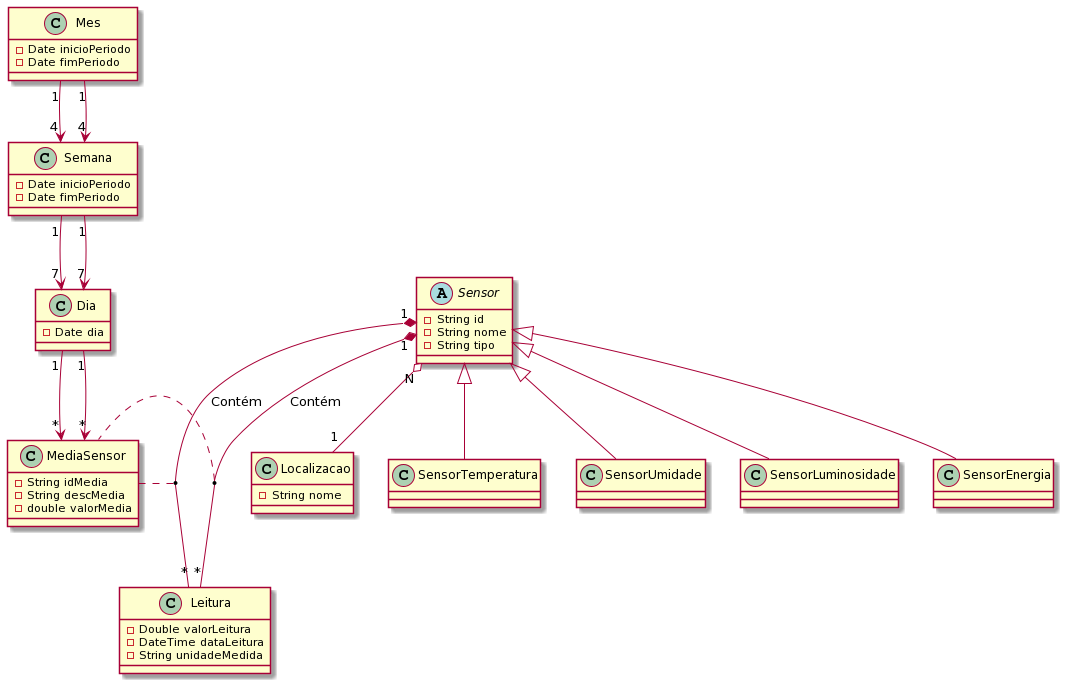
This is public_html/grupo-06/diagrama-de-classe/diagrama-de-classes.png from JuliaOP/SOO_Template_Grupo06, a PlantUML export, as it was before one commit.
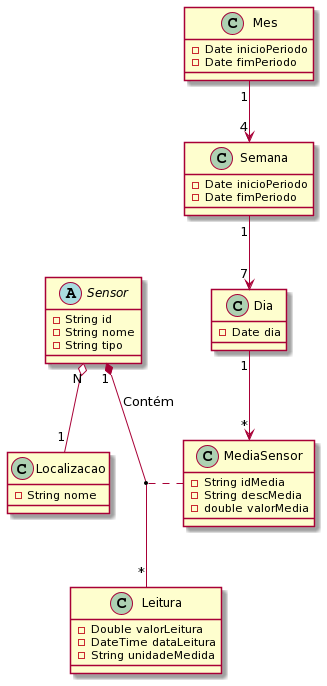
The same diagram one commit later.

Diff of the diagram source:
```diff
@@ -50,20 +50,4 @@
 Dia "1" --> "*" MediaSensor
 Semana "1" --> "7" Dia
 Mes "1" --> "4" Semana
-
-
-
-Sensor <|-- SensorTemperatura
-Sensor <|-- SensorUmidade
-Sensor <|-- SensorLuminosidade
-Sensor <|-- SensorEnergia
-
-
-Sensor "1" *-- "*" Leitura: Contém
-(Sensor, Leitura) .. MediaSensor
-
-
-Dia "1" --> "*" MediaSensor
-Semana "1" --> "7" Dia
-Mes "1" --> "4" Semana
 @enduml
```
